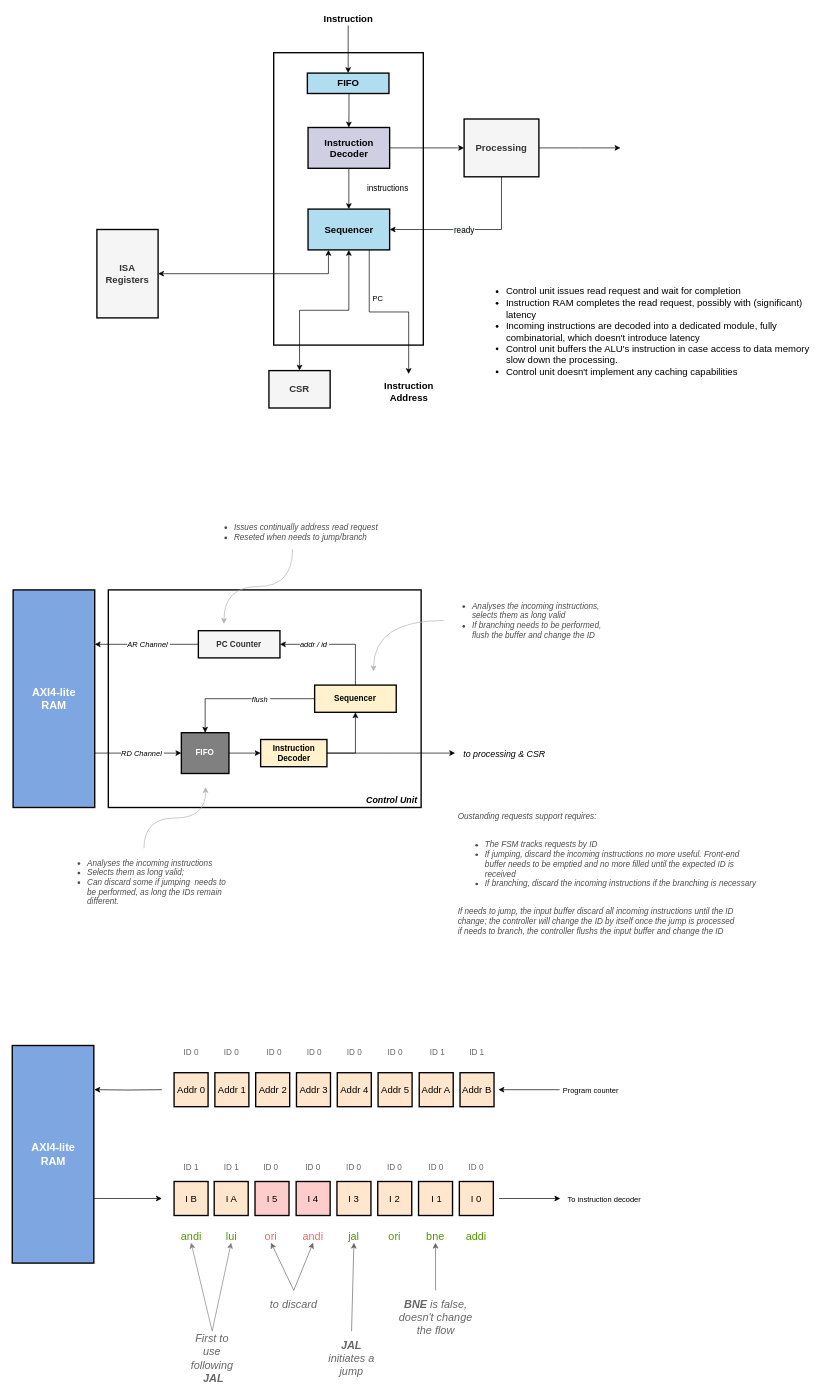
Above: page "Control Unit" (3 of 8) of doc/friscv.drawio in dpretet/friscv (draw.io), before the change. Source tidied: cells renumbered, new cells numbered last; positions are measured from the earlier drawing's top-left corner, leaving out a move shared by most shapes. Both pictures are drawn from the tidied source at 68%, with x=0, y=0 at pixel (12, 12).
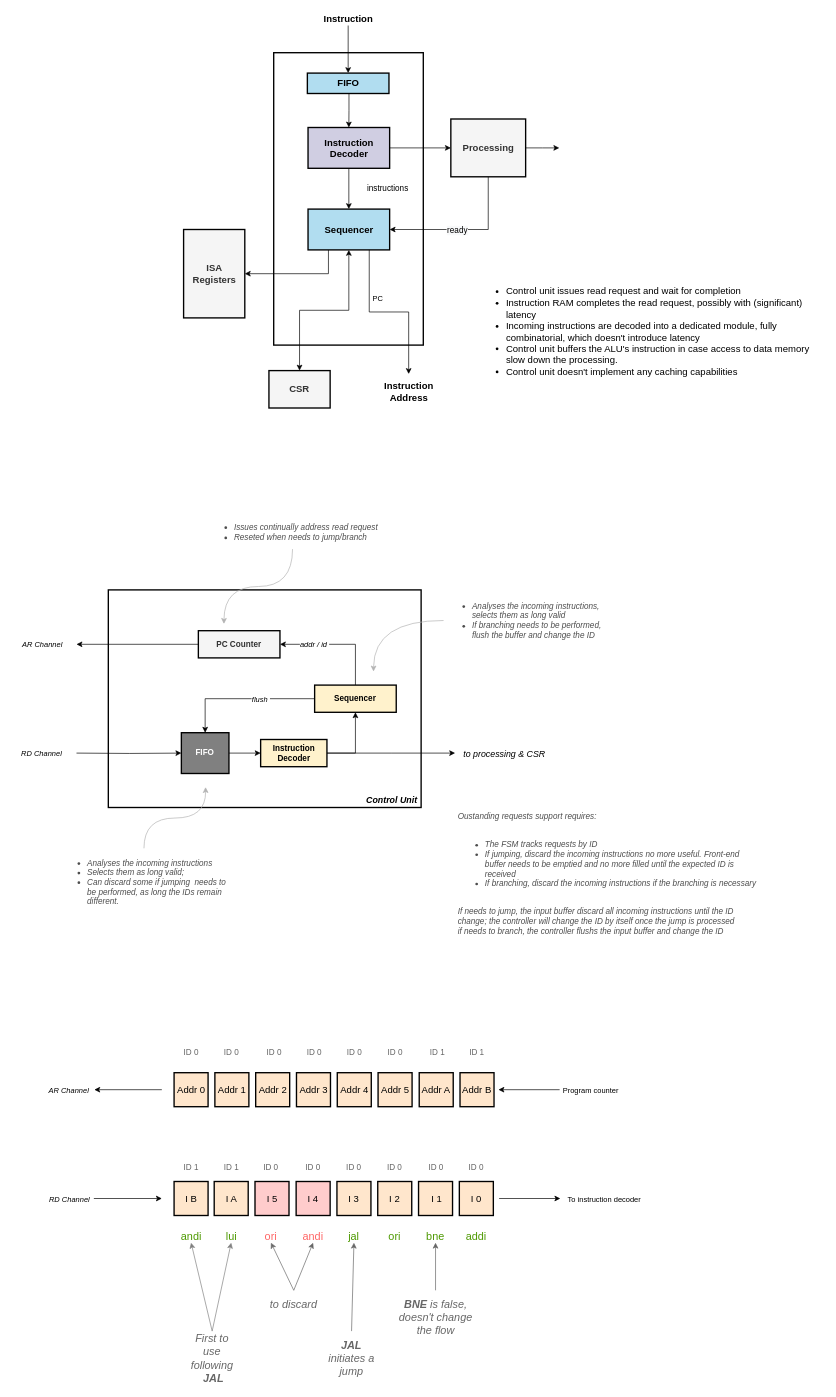
After the change.

Unchanged cells that the change refers to:
```xml
<mxCell id="9" value="Sequencer" style="rounded=0;whiteSpace=wrap;html=1;fillColor=#b1ddf0;strokeWidth=2;fontSize=14;fontStyle=1;" parent="1" vertex="1">
  <mxGeometry x="434.5" y="290" width="120" height="60" as="geometry" />
</mxCell>
<mxCell id="54" value="PC Counter" style="rounded=0;whiteSpace=wrap;html=1;fillColor=#f5f5f5;fontColor=#333333;strokeWidth=2;fontStyle=1;" parent="1" vertex="1">
  <mxGeometry x="273.2" y="910" width="120" height="40" as="geometry" />
</mxCell>
<mxCell id="64" value="FIFO" style="rounded=0;whiteSpace=wrap;html=1;fillColor=#808080;fontColor=#FFFFFF;strokeWidth=2;fontStyle=1;" parent="1" vertex="1">
  <mxGeometry x="248.2" y="1060" width="70" height="60" as="geometry" />
</mxCell>
```

What changed in the source:
```diff
@@
-    <mxCell id="8" style="edgeStyle=orthogonalEdgeStyle;rounded=0;jettySize=auto;html=1;exitX=0.25;exitY=1;exitDx=0;exitDy=0;entryX=1;entryY=0.5;entryDx=0;entryDy=0;fontSize=14;startArrow=classic;startFill=1;" parent="1" edge="1" source="9" target="21">
+    <mxCell id="8" style="edgeStyle=orthogonalEdgeStyle;rounded=0;jettySize=auto;html=1;exitX=0.25;exitY=1;exitDx=0;exitDy=0;entryX=1;entryY=0.5;entryDx=0;entryDy=0;fontSize=14;startArrow=none;startFill=0;" parent="1" edge="1" source="9" target="21">
       <mxGeometry relative="1" as="geometry" />
     </mxCell>
@@
     <mxCell id="10" style="edgeStyle=orthogonalEdgeStyle;rounded=0;jettySize=auto;html=1;exitX=0.5;exitY=1;exitDx=0;exitDy=0;entryX=1;entryY=0.5;entryDx=0;entryDy=0;" parent="1" edge="1" source="13" target="9">
       <mxGeometry relative="1" as="geometry">
         <Array as="points">
-          <mxPoint x="719" y="320" />
+          <mxPoint x="700" y="320" />
         </Array>
       </mxGeometry>
     </mxCell>
@@
     <mxCell id="12" style="edgeStyle=orthogonalEdgeStyle;rounded=0;jettySize=auto;html=1;exitX=1;exitY=0.5;exitDx=0;exitDy=0;" parent="1" edge="1" source="13">
       <mxGeometry relative="1" as="geometry">
-        <mxPoint x="894" y="200" as="targetPoint" />
+        <mxPoint x="804" y="200" as="targetPoint" />
       </mxGeometry>
     </mxCell>
     <mxCell id="13" value="Processing" style="text;html=1;fillColor=#f5f5f5;align=center;verticalAlign=middle;whiteSpace=wrap;rounded=0;fontSize=14;fontStyle=1;fontColor=#333333;strokeWidth=2;strokeColor=#000000;" parent="1" vertex="1">
-      <mxGeometry x="664" y="157.5" width="110" height="85" as="geometry" />
+      <mxGeometry x="644.5" y="157.5" width="110" height="85" as="geometry" />
     </mxCell>
@@
     <mxCell id="21" value="ISA Registers" style="rounded=0;whiteSpace=wrap;html=1;fillColor=#f5f5f5;fontColor=#333333;fontStyle=1;fontSize=14;strokeWidth=2;" parent="1" vertex="1">
-      <mxGeometry x="124" y="320" width="90" height="130" as="geometry" />
+      <mxGeometry x="251.5" y="320" width="90" height="130" as="geometry" />
     </mxCell>
@@
-    <mxCell id="23" style="edgeStyle=orthogonalEdgeStyle;rounded=0;jettySize=auto;html=1;entryX=1.006;entryY=0.203;entryDx=0;entryDy=0;entryPerimeter=0;fontSize=16;fontColor=#000000;startArrow=none;startFill=0;endArrow=classic;endFill=1;" parent="1" edge="1" target="40">
+    <mxCell id="23" style="edgeStyle=orthogonalEdgeStyle;rounded=0;orthogonalLoop=1;jettySize=auto;html=1;entryX=1.006;entryY=0.203;entryDx=0;entryDy=0;entryPerimeter=0;fontSize=16;fontColor=#000000;startArrow=none;startFill=0;endArrow=classic;endFill=1;" parent="1" edge="1">
       <mxGeometry relative="1" as="geometry">
         <mxPoint x="219.5" y="1585" as="sourcePoint" />
+        <mxPoint x="120.2" y="1585" as="targetPoint" />
       </mxGeometry>
     </mxCell>
+    <mxCell id="107" value="&lt;span style=&quot;font-style: italic&quot;&gt;AR Channel&amp;nbsp;&lt;/span&gt;" style="edgeLabel;html=1;align=center;verticalAlign=middle;" parent="23" vertex="1">
+      <mxGeometry x="0.24" y="1" relative="1" as="geometry">
+        <mxPoint x="-74" y="-1" as="offset" />
+      </mxGeometry>
+    </mxCell>
@@
-    <mxCell id="38" style="edgeStyle=orthogonalEdgeStyle;rounded=0;jettySize=auto;html=1;exitX=1;exitY=0.703;exitDx=0;exitDy=0;fontSize=16;fontColor=#000000;startArrow=none;startFill=0;endArrow=classic;endFill=1;exitPerimeter=0;" parent="1" edge="1" source="40">
+    <mxCell id="38" style="edgeStyle=orthogonalEdgeStyle;rounded=0;orthogonalLoop=1;jettySize=auto;html=1;exitX=1;exitY=0.703;exitDx=0;exitDy=0;fontSize=16;fontColor=#000000;startArrow=none;startFill=0;endArrow=classic;endFill=1;exitPerimeter=0;" parent="1" edge="1">
       <mxGeometry relative="1" as="geometry">
+        <mxPoint x="119.5" y="1745" as="sourcePoint" />
         <mxPoint x="219.5" y="1745" as="targetPoint" />
       </mxGeometry>
     </mxCell>
+    <mxCell id="108" value="&lt;span style=&quot;font-style: italic&quot;&gt;RD Channel&amp;nbsp;&lt;/span&gt;" style="edgeLabel;html=1;align=center;verticalAlign=middle;" parent="38" vertex="1">
+      <mxGeometry x="0.01" y="3" relative="1" as="geometry">
+        <mxPoint x="-86" y="3" as="offset" />
+      </mxGeometry>
+    </mxCell>
@@
-    <mxCell id="40" value="AXI4-lite &lt;br&gt;RAM" style="rounded=0;whiteSpace=wrap;html=1;fontSize=16;strokeColor=#000000;strokeWidth=2;fillColor=#7EA6E0;fontColor=#FFFFFF;fontStyle=1;" parent="1" vertex="1">
-      <mxGeometry x="-0.5" y="1520" width="120" height="320" as="geometry" />
-    </mxCell>
@@
-    <mxCell id="52" style="edgeStyle=none;rounded=0;jettySize=auto;html=1;exitX=0;exitY=0.5;exitDx=0;exitDy=0;entryX=1;entryY=0.25;entryDx=0;entryDy=0;" parent="1" edge="1" source="54" target="55">
-      <mxGeometry relative="1" as="geometry" />
+    <mxCell id="52" style="edgeStyle=none;rounded=0;jettySize=auto;html=1;exitX=0;exitY=0.5;exitDx=0;exitDy=0;" parent="1" edge="1" source="54">
+      <mxGeometry relative="1" as="geometry">
+        <mxPoint x="94" y="930" as="targetPoint" />
+      </mxGeometry>
     </mxCell>
     <mxCell id="53" value="AR Channel&amp;nbsp;" style="edgeLabel;html=1;align=center;verticalAlign=middle;fontSize=11;fontColor=#000000;fontStyle=2;" parent="52" vertex="1">
       <mxGeometry x="0.04" y="2" relative="1" as="geometry">
-        <mxPoint x="5" y="-2" as="offset" />
+        <mxPoint x="-136" y="-2" as="offset" />
       </mxGeometry>
     </mxCell>
@@
-    <mxCell id="55" value="AXI4-lite &lt;br&gt;RAM" style="rounded=0;whiteSpace=wrap;html=1;fontSize=16;strokeColor=#000000;strokeWidth=2;fillColor=#7EA6E0;fontColor=#FFFFFF;fontStyle=1;" parent="1" vertex="1">
-      <mxGeometry x="0.8" y="850" width="120" height="320" as="geometry" />
-    </mxCell>
@@
-    <mxCell id="62" style="edgeStyle=orthogonalEdgeStyle;rounded=0;jettySize=auto;html=1;exitX=1;exitY=0.75;exitDx=0;exitDy=0;entryX=0;entryY=0.5;entryDx=0;entryDy=0;fontColor=#666666;" parent="1" edge="1" source="55" target="64">
-      <mxGeometry relative="1" as="geometry" />
+    <mxCell id="62" style="edgeStyle=orthogonalEdgeStyle;rounded=0;jettySize=auto;html=1;entryX=0;entryY=0.5;entryDx=0;entryDy=0;fontColor=#666666;" parent="1" edge="1" target="64">
+      <mxGeometry relative="1" as="geometry">
+        <mxPoint x="94" y="1090" as="sourcePoint" />
+      </mxGeometry>
     </mxCell>
     <mxCell id="63" value="RD Channel&amp;nbsp;" style="edgeLabel;html=1;align=center;verticalAlign=middle;fontSize=11;fontColor=#000000;fontStyle=2;" parent="62" vertex="1">
       <mxGeometry x="-0.21" relative="1" as="geometry">
-        <mxPoint x="20" as="offset" />
+        <mxPoint x="-111" as="offset" />
       </mxGeometry>
     </mxCell>
```
